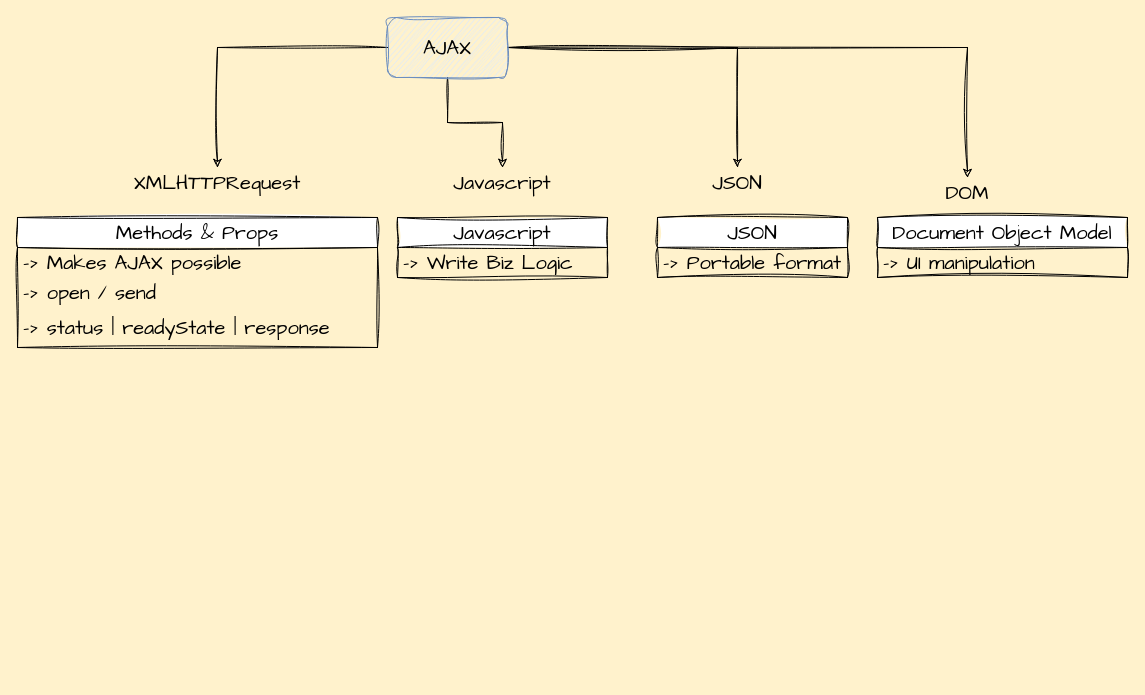
The draw.io diagram SupportingDocs/MW_AdvS_June_23..drawio in SumeetWajpe/MW_Advanced_Javascript_June_2023, before the edit. Source tidied: cells renumbered, new cells numbered last; positions are measured from the earlier drawing's top-left corner, leaving out a move shared by most shapes. Both pictures are drawn from the tidied source at 100%, with x=0, y=0 at pixel (17, 17).
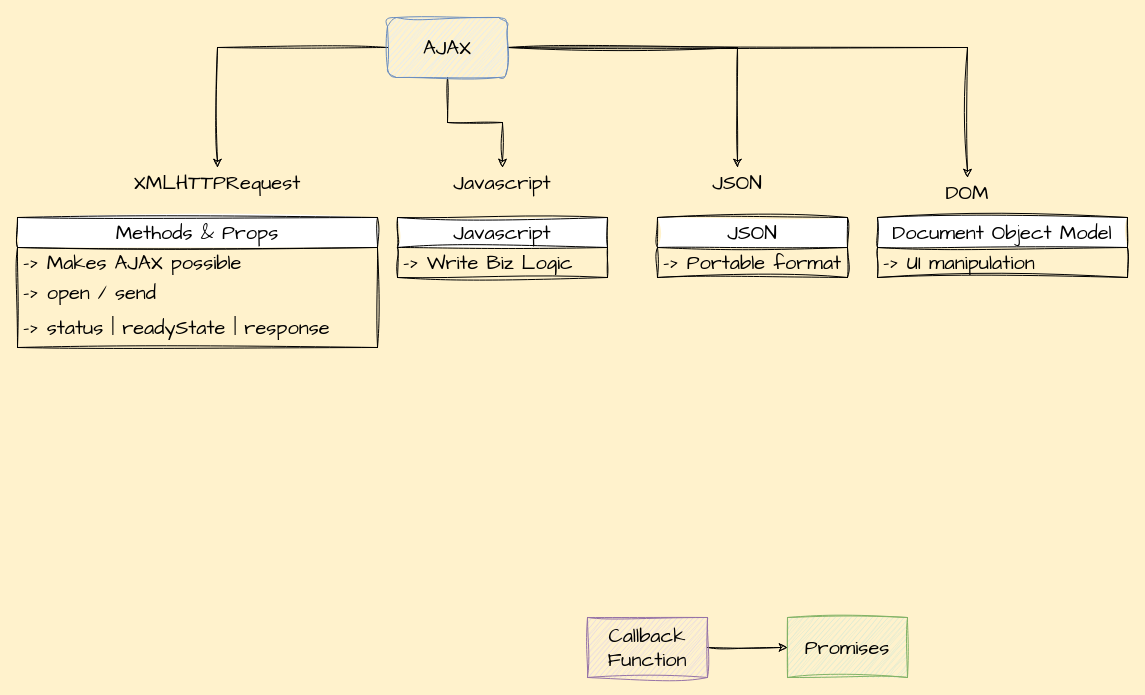
Above is the later version.

Commit message (it also covers changes not shown here):
✨ AJAX - Promises basics

What changed in the source:
```diff
@@
+    <mxCell id="21" style="edgeStyle=orthogonalEdgeStyle;rounded=0;sketch=1;hachureGap=4;jiggle=2;curveFitting=1;jettySize=auto;html=1;fontFamily=Architects Daughter;fontSize=16;" parent="1" edge="1" source="22" target="23">
+      <mxGeometry relative="1" as="geometry" />
+    </mxCell>
+    <mxCell id="22" value="Callback Function" style="rounded=0;whiteSpace=wrap;html=1;sketch=1;hachureGap=4;jiggle=2;curveFitting=1;fontFamily=Architects Daughter;fontSize=20;fillColor=#e1d5e7;strokeColor=#9673a6;" parent="1" vertex="1">
+      <mxGeometry x="570" y="600" width="120" height="60" as="geometry" />
+    </mxCell>
+    <mxCell id="23" value="Promises" style="rounded=0;whiteSpace=wrap;html=1;sketch=1;hachureGap=4;jiggle=2;curveFitting=1;fontFamily=Architects Daughter;fontSize=20;fillColor=#d5e8d4;strokeColor=#82b366;" parent="1" vertex="1">
+      <mxGeometry x="770" y="600" width="120" height="60" as="geometry" />
+    </mxCell>
```
